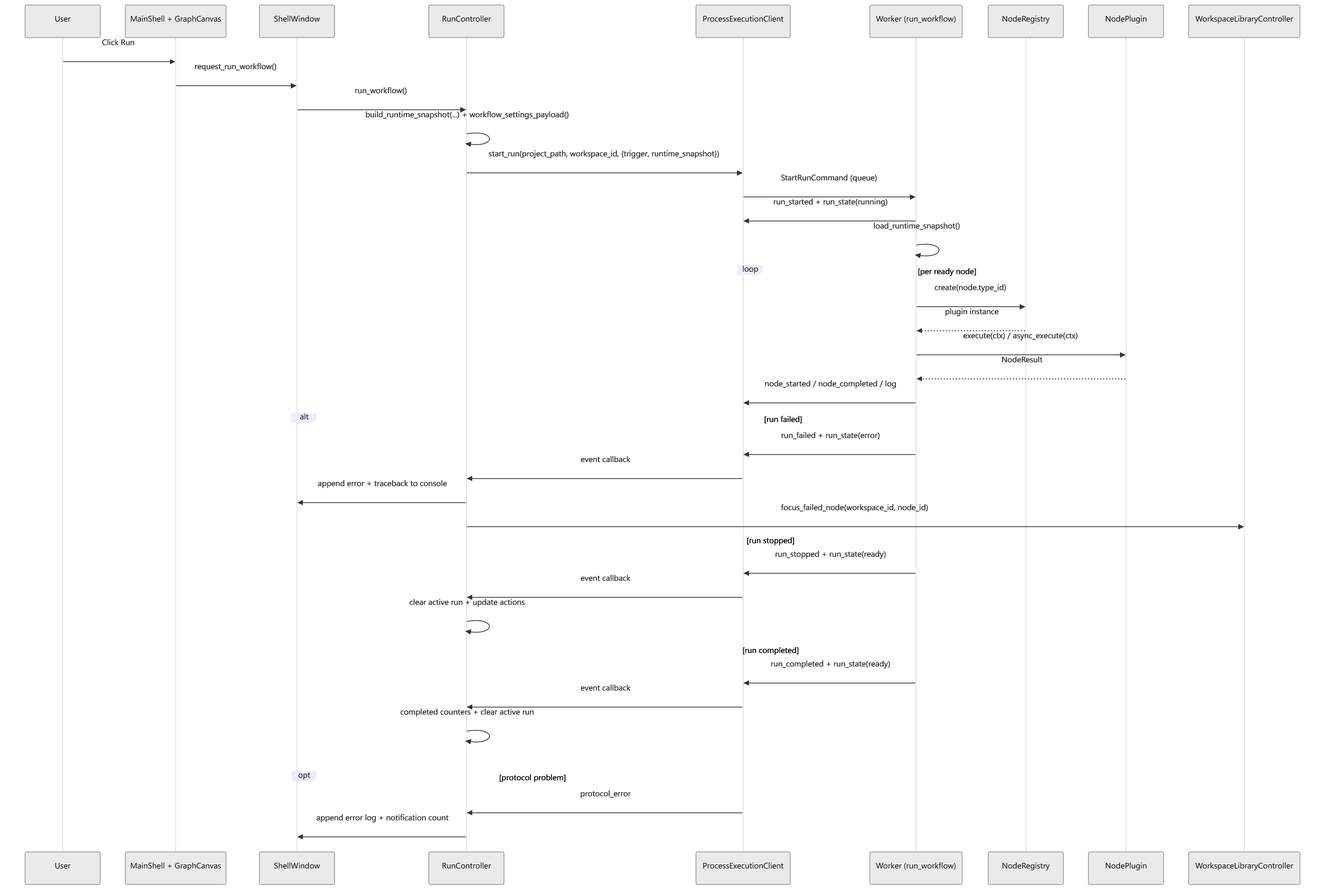
This is docs/architecture_diagrams/run_sequence.png from emreatay993/EA_Node, a Mermaid export, as it was before one commit. Its source is kept beside it as docs/architecture_diagrams/run_sequence.mmd.
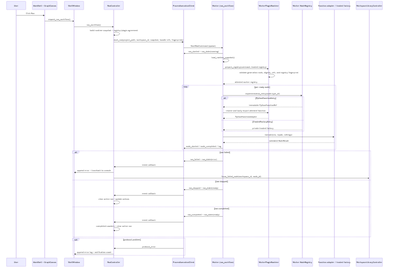
After the change.

Diff of the diagram source:
```diff
@@ -5,24 +5,34 @@
     participant RC as RunController
     participant EC as ProcessExecutionClient
     participant W as Worker (run_workflow)
-    participant R as NodeRegistry
-    participant P as NodePlugin
+    participant PR as WorkerPluginRuntime
+    participant R as Worker NodeRegistry
+    participant I as Function adapter / trusted factory
     participant WLC as WorkspaceLibraryController
 
     User->>QML: Click Run
     QML->>SW: request_run_workflow()
     SW->>RC: run_workflow()
-    RC->>RC: build_runtime_snapshot(...) + workflow_settings_payload()
-    RC->>EC: start_run(project_path, workspace_id, {trigger, runtime_snapshot})
+    RC->>RC: build runtime snapshot + registry/plugin agreement
+    RC->>EC: start_run(project_path, workspace_id, snapshot, bundle refs, fingerprints)
     EC->>W: StartRunCommand (queue)
     W->>EC: run_started + run_state(running)
     W->>W: load_runtime_snapshot()
+    W->>PR: prepare_registry(command, trusted registry)
+    PR->>PR: validate generation roots, digests, refs, and registry fingerprint
+    PR-->>W: attested worker registry
 
     loop per ready node
-        W->>R: create(node.type_id)
-        R-->>W: plugin instance
-        W->>P: execute(ctx) / async_execute(ctx)
-        P-->>W: NodeResult
+        W->>R: implementation_entry(node.type_id)
+        alt PythonFunctionEntry
+            R-->>W: immutable PythonFunctionRef
+            W->>PR: resolve and lazily import attested function
+            PR-->>W: PythonFunctionAdapter
+        else TrustedFactoryEntry
+            R-->>W: private trusted factory
+        end
+        W->>I: execute(ctx, inputs, settings)
+        I-->>W: validated NodeResult
         W->>EC: node_started / node_completed / log
     end
 
```
